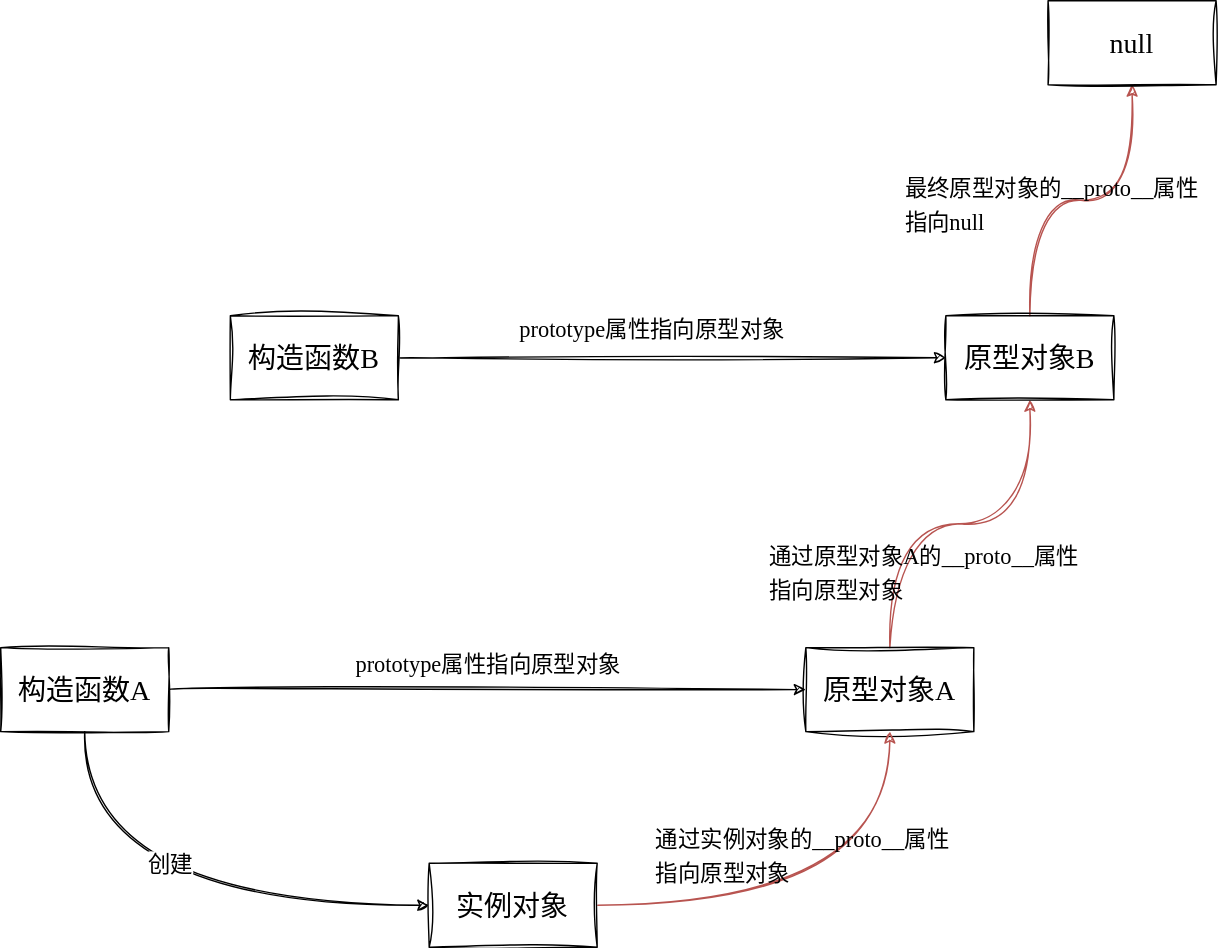
Earlier version of the draw.io export diagrams/front-end/prototype_chain.svg (luguosong/images). Source tidied: cells renumbered, new cells last; positions are measured from the earlier drawing's top-left corner, leaving out a move shared by most shapes. Source of this version:
```xml
<mxGraphModel background="#FFFFFF">
  <root>
    <mxCell id="0" />
    <mxCell id="1" parent="0" />
    <mxCell id="2" style="edgeStyle=orthogonalEdgeStyle;curved=1;rounded=0;sketch=1;hachureGap=4;jiggle=2;curveFitting=1;jettySize=auto;html=1;exitX=0.5;exitY=1;exitDx=0;exitDy=0;entryX=0;entryY=0.5;entryDx=0;entryDy=0;fontFamily=Architects Daughter;fontSource=https%3A%2F%2Ffonts.googleapis.com%2Fcss%3Ffamily%3DArchitects%2BDaughter;fontSize=16;" parent="1" edge="1" source="5" target="10">
      <mxGeometry relative="1" as="geometry" />
    </mxCell>
    <mxCell id="3" value="创建" style="edgeLabel;html=1;align=center;verticalAlign=middle;fontSize=16;fontFamily=Architects Daughter;" parent="2" vertex="1">
      <mxGeometry x="-0.29" y="13" relative="1" as="geometry">
        <mxPoint x="52" y="-17" as="offset" />
      </mxGeometry>
    </mxCell>
    <mxCell id="4" style="edgeStyle=orthogonalEdgeStyle;curved=1;rounded=0;sketch=1;hachureGap=4;jiggle=2;curveFitting=1;jettySize=auto;html=1;exitX=1;exitY=0.5;exitDx=0;exitDy=0;fontFamily=Architects Daughter;fontSource=https%3A%2F%2Ffonts.googleapis.com%2Fcss%3Ffamily%3DArchitects%2BDaughter;fontSize=16;" parent="1" edge="1" source="5" target="7">
      <mxGeometry relative="1" as="geometry" />
    </mxCell>
    <mxCell id="5" value="构造函数A" style="rounded=0;whiteSpace=wrap;html=1;sketch=1;hachureGap=4;jiggle=2;curveFitting=1;fontFamily=Architects Daughter;fontSource=https%3A%2F%2Ffonts.googleapis.com%2Fcss%3Ffamily%3DArchitects%2BDaughter;fontSize=20;" parent="1" vertex="1">
      <mxGeometry y="462" width="120" height="60" as="geometry" />
    </mxCell>
    <mxCell id="6" style="edgeStyle=orthogonalEdgeStyle;curved=1;rounded=0;sketch=1;hachureGap=4;jiggle=2;curveFitting=1;jettySize=auto;html=1;exitX=0.5;exitY=0;exitDx=0;exitDy=0;entryX=0.5;entryY=1;entryDx=0;entryDy=0;fontFamily=Architects Daughter;fontSource=https%3A%2F%2Ffonts.googleapis.com%2Fcss%3Ffamily%3DArchitects%2BDaughter;fontSize=16;fillColor=#f8cecc;strokeColor=#b85450;" parent="1" edge="1" source="7" target="13">
      <mxGeometry relative="1" as="geometry" />
    </mxCell>
    <mxCell id="7" value="原型对象A" style="rounded=0;whiteSpace=wrap;html=1;sketch=1;hachureGap=4;jiggle=2;curveFitting=1;fontFamily=Architects Daughter;fontSource=https%3A%2F%2Ffonts.googleapis.com%2Fcss%3Ffamily%3DArchitects%2BDaughter;fontSize=20;" parent="1" vertex="1">
      <mxGeometry x="575" y="462" width="120" height="60" as="geometry" />
    </mxCell>
    <mxCell id="8" style="edgeStyle=orthogonalEdgeStyle;curved=1;rounded=0;sketch=1;hachureGap=4;jiggle=2;curveFitting=1;jettySize=auto;html=1;exitX=1;exitY=0.5;exitDx=0;exitDy=0;entryX=0.5;entryY=1;entryDx=0;entryDy=0;fontFamily=Architects Daughter;fontSource=https%3A%2F%2Ffonts.googleapis.com%2Fcss%3Ffamily%3DArchitects%2BDaughter;fontSize=16;fillColor=#f8cecc;strokeColor=#b85450;" parent="1" edge="1" source="10" target="7">
      <mxGeometry relative="1" as="geometry" />
    </mxCell>
    <mxCell id="9" value="&lt;font style=&quot;font-size: 16px;&quot;&gt;通过实例对象的__proto__属性&lt;br&gt;指向原型对象&lt;/font&gt;" style="edgeLabel;html=1;align=left;verticalAlign=middle;fontSize=20;fontFamily=Architects Daughter;labelBackgroundColor=none;" parent="8" vertex="1">
      <mxGeometry x="0.2" y="17" relative="1" as="geometry">
        <mxPoint x="-160" y="-21" as="offset" />
      </mxGeometry>
    </mxCell>
    <mxCell id="10" value="实例对象" style="rounded=0;whiteSpace=wrap;html=1;sketch=1;hachureGap=4;jiggle=2;curveFitting=1;fontFamily=Architects Daughter;fontSource=https%3A%2F%2Ffonts.googleapis.com%2Fcss%3Ffamily%3DArchitects%2BDaughter;fontSize=20;" parent="1" vertex="1">
      <mxGeometry x="306" y="616" width="120" height="60" as="geometry" />
    </mxCell>
    <mxCell id="11" value="&lt;font style=&quot;font-size: 16px;&quot;&gt;prototype属性指向原型对象&lt;/font&gt;" style="text;html=1;align=center;verticalAlign=middle;strokeColor=none;fillColor=none;fontSize=20;fontFamily=Architects Daughter;" parent="1" vertex="1">
      <mxGeometry x="237" y="454" width="221" height="36" as="geometry" />
    </mxCell>
    <mxCell id="12" style="edgeStyle=orthogonalEdgeStyle;curved=1;rounded=0;sketch=1;hachureGap=4;jiggle=2;curveFitting=1;jettySize=auto;html=1;exitX=0.5;exitY=0;exitDx=0;exitDy=0;entryX=0.5;entryY=1;entryDx=0;entryDy=0;fontFamily=Architects Daughter;fontSource=https%3A%2F%2Ffonts.googleapis.com%2Fcss%3Ffamily%3DArchitects%2BDaughter;fontSize=16;fillColor=#f8cecc;strokeColor=#b85450;" parent="1" edge="1" source="13" target="18">
      <mxGeometry relative="1" as="geometry" />
    </mxCell>
    <mxCell id="13" value="原型对象B" style="rounded=0;whiteSpace=wrap;html=1;sketch=1;hachureGap=4;jiggle=2;curveFitting=1;fontFamily=Architects Daughter;fontSource=https%3A%2F%2Ffonts.googleapis.com%2Fcss%3Ffamily%3DArchitects%2BDaughter;fontSize=20;" parent="1" vertex="1">
      <mxGeometry x="675" y="225" width="120" height="60" as="geometry" />
    </mxCell>
    <mxCell id="14" style="edgeStyle=orthogonalEdgeStyle;curved=1;rounded=0;sketch=1;hachureGap=4;jiggle=2;curveFitting=1;jettySize=auto;html=1;exitX=1;exitY=0.5;exitDx=0;exitDy=0;entryX=0;entryY=0.5;entryDx=0;entryDy=0;fontFamily=Architects Daughter;fontSource=https%3A%2F%2Ffonts.googleapis.com%2Fcss%3Ffamily%3DArchitects%2BDaughter;fontSize=16;" parent="1" edge="1" source="15" target="13">
      <mxGeometry relative="1" as="geometry" />
    </mxCell>
    <mxCell id="15" value="构造函数B" style="rounded=0;whiteSpace=wrap;html=1;sketch=1;hachureGap=4;jiggle=2;curveFitting=1;fontFamily=Architects Daughter;fontSource=https%3A%2F%2Ffonts.googleapis.com%2Fcss%3Ffamily%3DArchitects%2BDaughter;fontSize=20;" parent="1" vertex="1">
      <mxGeometry x="164" y="225" width="120" height="60" as="geometry" />
    </mxCell>
    <mxCell id="16" value="&lt;font style=&quot;font-size: 16px;&quot;&gt;prototype属性指向原型对象&lt;/font&gt;" style="text;html=1;align=center;verticalAlign=middle;strokeColor=none;fillColor=none;fontSize=20;fontFamily=Architects Daughter;" parent="1" vertex="1">
      <mxGeometry x="354" y="215" width="221" height="36" as="geometry" />
    </mxCell>
    <mxCell id="17" value="&lt;font style=&quot;font-size: 16px;&quot;&gt;通过原型对象A的__proto__属性&lt;br&gt;指向原型对象&lt;/font&gt;" style="edgeLabel;html=1;align=left;verticalAlign=middle;fontSize=20;fontFamily=Architects Daughter;labelBackgroundColor=none;" parent="1" vertex="1">
      <mxGeometry x="547" y="406" as="geometry" />
    </mxCell>
    <mxCell id="18" value="null" style="rounded=0;whiteSpace=wrap;html=1;sketch=1;hachureGap=4;jiggle=2;curveFitting=1;fontFamily=Architects Daughter;fontSource=https%3A%2F%2Ffonts.googleapis.com%2Fcss%3Ffamily%3DArchitects%2BDaughter;fontSize=20;" parent="1" vertex="1">
      <mxGeometry x="748" width="120" height="60" as="geometry" />
    </mxCell>
    <mxCell id="19" value="&lt;font style=&quot;font-size: 16px;&quot;&gt;最终原型对象的__proto__属性&lt;br&gt;指向null&lt;/font&gt;" style="edgeLabel;html=1;align=left;verticalAlign=middle;fontSize=20;fontFamily=Architects Daughter;labelBackgroundColor=none;" parent="1" vertex="1">
      <mxGeometry x="644" y="143" as="geometry" />
    </mxCell>
  </root>
</mxGraphModel>
```
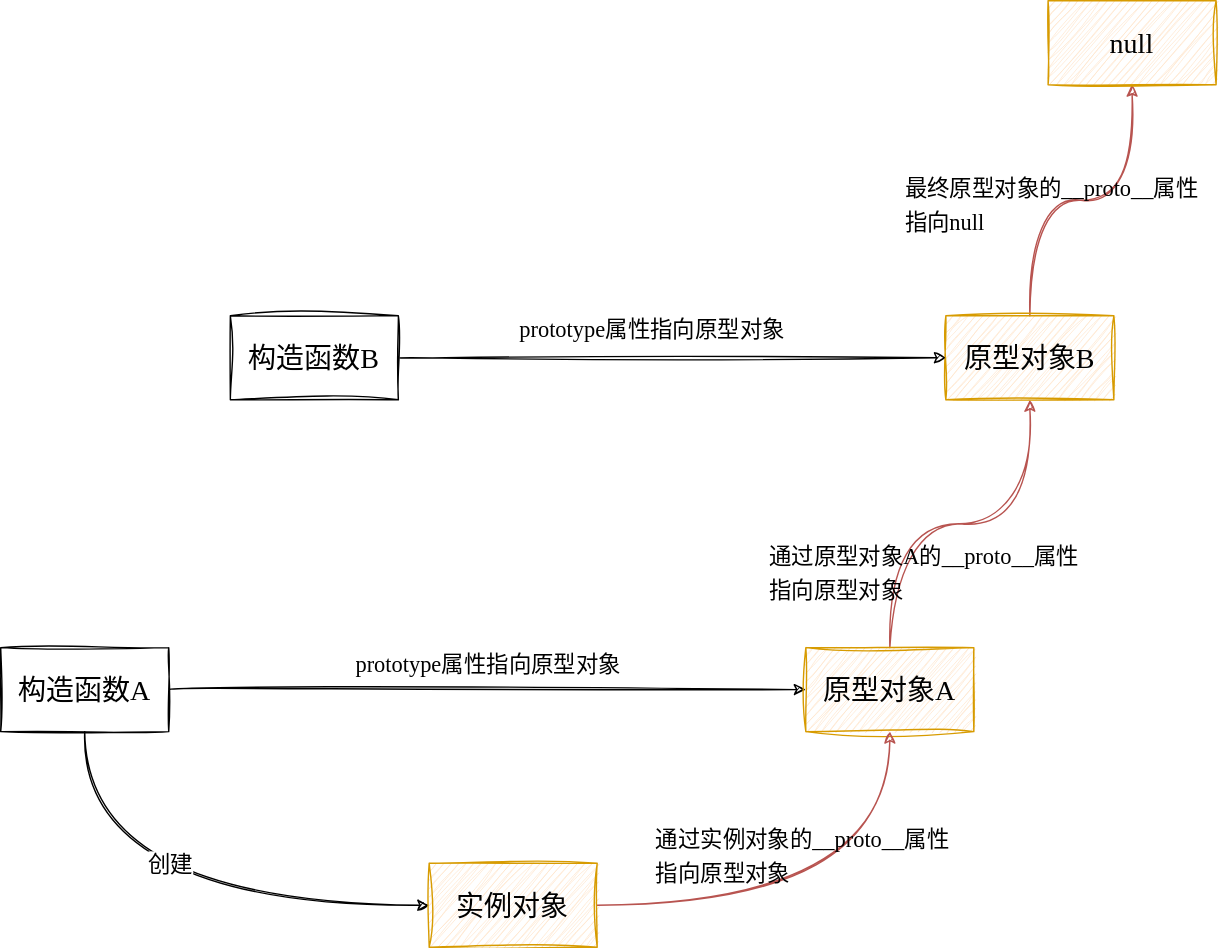
Above is the later version.

Change to the diagram source:
```diff
@@ -19,7 +19,7 @@
     <mxCell id="6" style="edgeStyle=orthogonalEdgeStyle;curved=1;rounded=0;sketch=1;hachureGap=4;jiggle=2;curveFitting=1;jettySize=auto;html=1;exitX=0.5;exitY=0;exitDx=0;exitDy=0;entryX=0.5;entryY=1;entryDx=0;entryDy=0;fontFamily=Architects Daughter;fontSource=https%3A%2F%2Ffonts.googleapis.com%2Fcss%3Ffamily%3DArchitects%2BDaughter;fontSize=16;fillColor=#f8cecc;strokeColor=#b85450;" parent="1" edge="1" source="7" target="13">
       <mxGeometry relative="1" as="geometry" />
     </mxCell>
-    <mxCell id="7" value="原型对象A" style="rounded=0;whiteSpace=wrap;html=1;sketch=1;hachureGap=4;jiggle=2;curveFitting=1;fontFamily=Architects Daughter;fontSource=https%3A%2F%2Ffonts.googleapis.com%2Fcss%3Ffamily%3DArchitects%2BDaughter;fontSize=20;" parent="1" vertex="1">
+    <mxCell id="7" value="原型对象A" style="rounded=0;whiteSpace=wrap;html=1;sketch=1;hachureGap=4;jiggle=2;curveFitting=1;fontFamily=Architects Daughter;fontSource=https%3A%2F%2Ffonts.googleapis.com%2Fcss%3Ffamily%3DArchitects%2BDaughter;fontSize=20;fillColor=#ffe6cc;strokeColor=#d79b00;" parent="1" vertex="1">
       <mxGeometry x="575" y="462" width="120" height="60" as="geometry" />
     </mxCell>
     <mxCell id="8" style="edgeStyle=orthogonalEdgeStyle;curved=1;rounded=0;sketch=1;hachureGap=4;jiggle=2;curveFitting=1;jettySize=auto;html=1;exitX=1;exitY=0.5;exitDx=0;exitDy=0;entryX=0.5;entryY=1;entryDx=0;entryDy=0;fontFamily=Architects Daughter;fontSource=https%3A%2F%2Ffonts.googleapis.com%2Fcss%3Ffamily%3DArchitects%2BDaughter;fontSize=16;fillColor=#f8cecc;strokeColor=#b85450;" parent="1" edge="1" source="10" target="7">
@@ -30,7 +30,7 @@
         <mxPoint x="-160" y="-21" as="offset" />
       </mxGeometry>
     </mxCell>
-    <mxCell id="10" value="实例对象" style="rounded=0;whiteSpace=wrap;html=1;sketch=1;hachureGap=4;jiggle=2;curveFitting=1;fontFamily=Architects Daughter;fontSource=https%3A%2F%2Ffonts.googleapis.com%2Fcss%3Ffamily%3DArchitects%2BDaughter;fontSize=20;" parent="1" vertex="1">
+    <mxCell id="10" value="实例对象" style="rounded=0;whiteSpace=wrap;html=1;sketch=1;hachureGap=4;jiggle=2;curveFitting=1;fontFamily=Architects Daughter;fontSource=https%3A%2F%2Ffonts.googleapis.com%2Fcss%3Ffamily%3DArchitects%2BDaughter;fontSize=20;fillColor=#ffe6cc;strokeColor=#d79b00;" parent="1" vertex="1">
       <mxGeometry x="306" y="616" width="120" height="60" as="geometry" />
     </mxCell>
     <mxCell id="11" value="&lt;font style=&quot;font-size: 16px;&quot;&gt;prototype属性指向原型对象&lt;/font&gt;" style="text;html=1;align=center;verticalAlign=middle;strokeColor=none;fillColor=none;fontSize=20;fontFamily=Architects Daughter;" parent="1" vertex="1">
@@ -39,7 +39,7 @@
     <mxCell id="12" style="edgeStyle=orthogonalEdgeStyle;curved=1;rounded=0;sketch=1;hachureGap=4;jiggle=2;curveFitting=1;jettySize=auto;html=1;exitX=0.5;exitY=0;exitDx=0;exitDy=0;entryX=0.5;entryY=1;entryDx=0;entryDy=0;fontFamily=Architects Daughter;fontSource=https%3A%2F%2Ffonts.googleapis.com%2Fcss%3Ffamily%3DArchitects%2BDaughter;fontSize=16;fillColor=#f8cecc;strokeColor=#b85450;" parent="1" edge="1" source="13" target="18">
       <mxGeometry relative="1" as="geometry" />
     </mxCell>
-    <mxCell id="13" value="原型对象B" style="rounded=0;whiteSpace=wrap;html=1;sketch=1;hachureGap=4;jiggle=2;curveFitting=1;fontFamily=Architects Daughter;fontSource=https%3A%2F%2Ffonts.googleapis.com%2Fcss%3Ffamily%3DArchitects%2BDaughter;fontSize=20;" parent="1" vertex="1">
+    <mxCell id="13" value="原型对象B" style="rounded=0;whiteSpace=wrap;html=1;sketch=1;hachureGap=4;jiggle=2;curveFitting=1;fontFamily=Architects Daughter;fontSource=https%3A%2F%2Ffonts.googleapis.com%2Fcss%3Ffamily%3DArchitects%2BDaughter;fontSize=20;fillColor=#ffe6cc;strokeColor=#d79b00;" parent="1" vertex="1">
       <mxGeometry x="675" y="225" width="120" height="60" as="geometry" />
     </mxCell>
     <mxCell id="14" style="edgeStyle=orthogonalEdgeStyle;curved=1;rounded=0;sketch=1;hachureGap=4;jiggle=2;curveFitting=1;jettySize=auto;html=1;exitX=1;exitY=0.5;exitDx=0;exitDy=0;entryX=0;entryY=0.5;entryDx=0;entryDy=0;fontFamily=Architects Daughter;fontSource=https%3A%2F%2Ffonts.googleapis.com%2Fcss%3Ffamily%3DArchitects%2BDaughter;fontSize=16;" parent="1" edge="1" source="15" target="13">
@@ -54,7 +54,7 @@
     <mxCell id="17" value="&lt;font style=&quot;font-size: 16px;&quot;&gt;通过原型对象A的__proto__属性&lt;br&gt;指向原型对象&lt;/font&gt;" style="edgeLabel;html=1;align=left;verticalAlign=middle;fontSize=20;fontFamily=Architects Daughter;labelBackgroundColor=none;" parent="1" vertex="1">
       <mxGeometry x="547" y="406" as="geometry" />
     </mxCell>
-    <mxCell id="18" value="null" style="rounded=0;whiteSpace=wrap;html=1;sketch=1;hachureGap=4;jiggle=2;curveFitting=1;fontFamily=Architects Daughter;fontSource=https%3A%2F%2Ffonts.googleapis.com%2Fcss%3Ffamily%3DArchitects%2BDaughter;fontSize=20;" parent="1" vertex="1">
+    <mxCell id="18" value="null" style="rounded=0;whiteSpace=wrap;html=1;sketch=1;hachureGap=4;jiggle=2;curveFitting=1;fontFamily=Architects Daughter;fontSource=https%3A%2F%2Ffonts.googleapis.com%2Fcss%3Ffamily%3DArchitects%2BDaughter;fontSize=20;fillColor=#ffe6cc;strokeColor=#d79b00;" parent="1" vertex="1">
       <mxGeometry x="748" width="120" height="60" as="geometry" />
     </mxCell>
     <mxCell id="19" value="&lt;font style=&quot;font-size: 16px;&quot;&gt;最终原型对象的__proto__属性&lt;br&gt;指向null&lt;/font&gt;" style="edgeLabel;html=1;align=left;verticalAlign=middle;fontSize=20;fontFamily=Architects Daughter;labelBackgroundColor=none;" parent="1" vertex="1">
```
